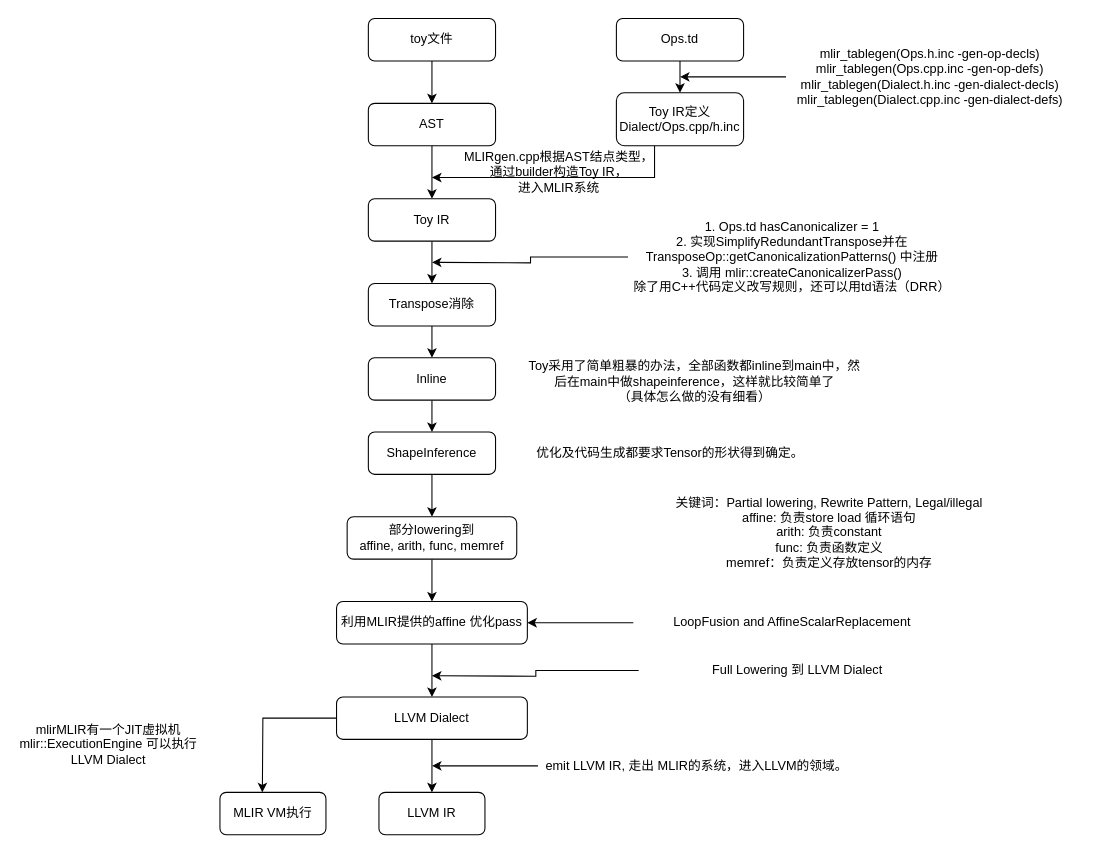
LamForest/draw.io keeps this draw.io diagram as mlir toy.drawio. Above is the earlier version. Source tidied: cells renumbered, new cells numbered last; positions are measured from the earlier drawing's top-left corner, leaving out a move shared by most shapes. Both pictures are drawn from the tidied source at 106%, with x=0, y=0 at pixel (18, 18).
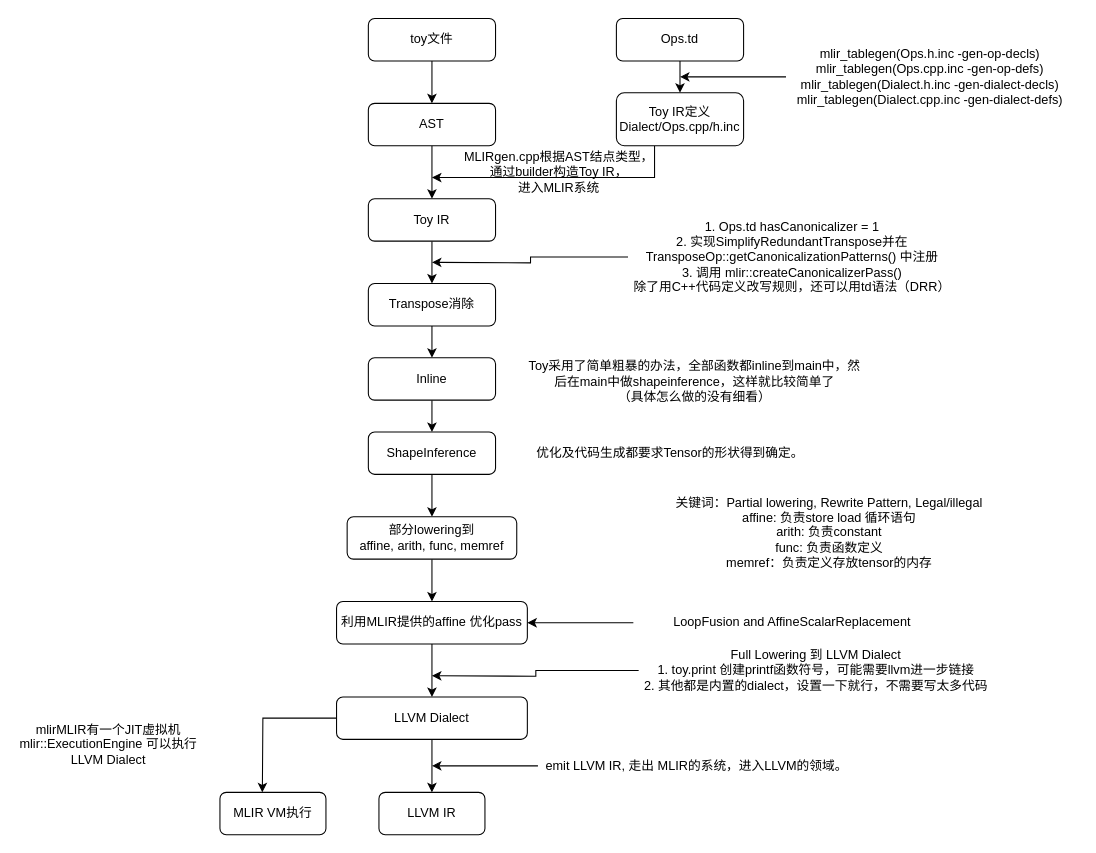
After the change.

The edit, as a diff of the source:
```diff
@@
-    <mxCell id="35" value="Full Lowering 到 LLVM Dialect" style="text;html=1;strokeColor=none;fillColor=none;align=center;verticalAlign=middle;whiteSpace=wrap;rounded=0;" parent="1" vertex="1">
-      <mxGeometry x="585" y="600" width="300" height="30" as="geometry" />
+    <mxCell id="35" value="Full Lowering 到 LLVM Dialect&lt;br&gt;1. toy.print 创建printf函数符号，可能需要llvm进一步链接&lt;br&gt;2. 其他都是内置的dialect，设置一下就行，不需要写太多代码" style="text;html=1;strokeColor=none;fillColor=none;align=center;verticalAlign=middle;whiteSpace=wrap;rounded=0;" parent="1" vertex="1">
+      <mxGeometry x="585" y="600" width="335" height="30" as="geometry" />
     </mxCell>
```
